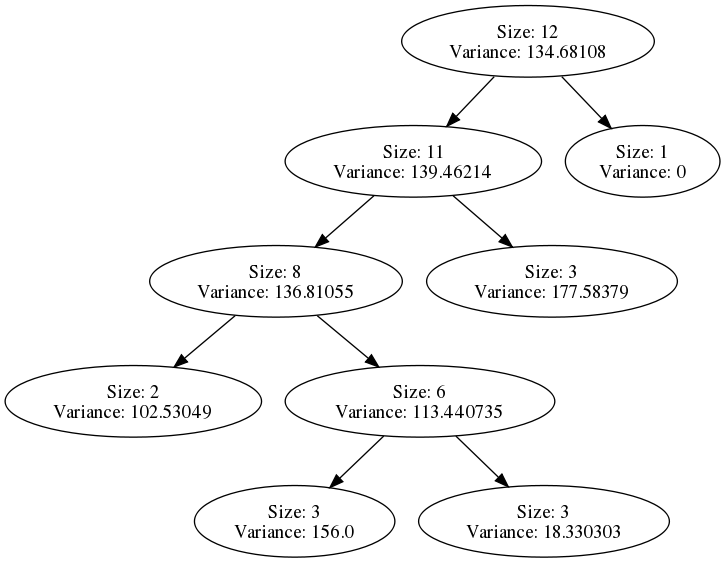
abutcher/compass keeps this Graphviz diagram as src/dot/NASA93-CENTER-1.dot.png. Above is the earlier version. Its source is kept beside it as src/dot/NASA93-CENTER-1.dot.
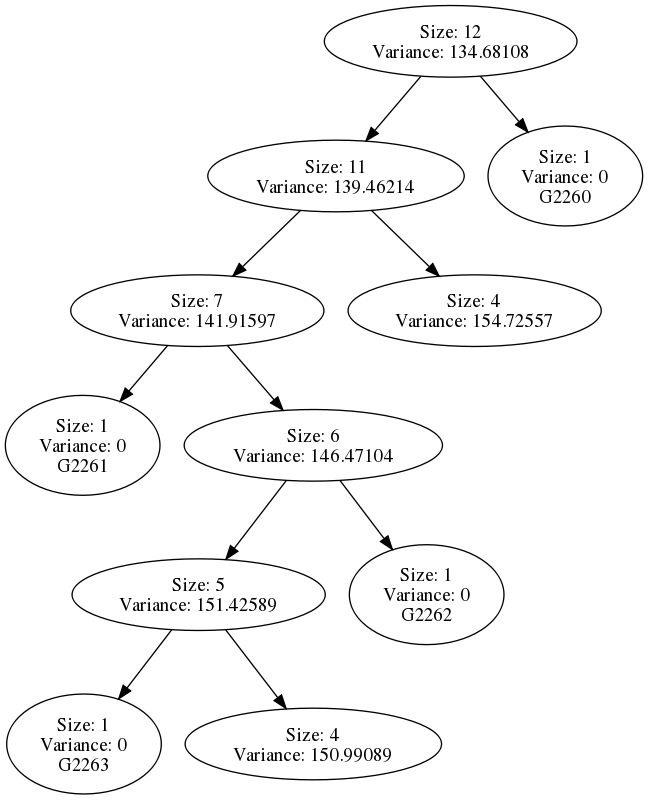
Later version of the same file.

What changed in the source:
```diff
@@ -1,10 +1,12 @@
 DIGRAPH G {
 "Size: 12\nVariance: 134.68108" -> "Size: 11\nVariance: 139.46214" L=0;
-"Size: 12\nVariance: 134.68108" -> "Size: 1\nVariance: 0" L=0;
-"Size: 11\nVariance: 139.46214" -> "Size: 8\nVariance: 136.81055" L=1;
-"Size: 11\nVariance: 139.46214" -> "Size: 3\nVariance: 177.58379" L=1;
-"Size: 8\nVariance: 136.81055" -> "Size: 2\nVariance: 102.53049" L=2;
-"Size: 8\nVariance: 136.81055" -> "Size: 6\nVariance: 113.440735" L=2;
-"Size: 6\nVariance: 113.440735" -> "Size: 3\nVariance: 156.0" L=3;
-"Size: 6\nVariance: 113.440735" -> "Size: 3\nVariance: 18.330303" L=3;
+"Size: 12\nVariance: 134.68108" -> "Size: 1\nVariance: 0\nG2260" L=0;
+"Size: 11\nVariance: 139.46214" -> "Size: 7\nVariance: 141.91597" L=1;
+"Size: 11\nVariance: 139.46214" -> "Size: 4\nVariance: 154.72557" L=1;
+"Size: 7\nVariance: 141.91597" -> "Size: 1\nVariance: 0\nG2261" L=2;
+"Size: 7\nVariance: 141.91597" -> "Size: 6\nVariance: 146.47104" L=2;
+"Size: 6\nVariance: 146.47104" -> "Size: 5\nVariance: 151.42589" L=3;
+"Size: 6\nVariance: 146.47104" -> "Size: 1\nVariance: 0\nG2262" L=3;
+"Size: 5\nVariance: 151.42589" -> "Size: 1\nVariance: 0\nG2263" L=4;
+"Size: 5\nVariance: 151.42589" -> "Size: 4\nVariance: 150.99089" L=4;
 }
```
